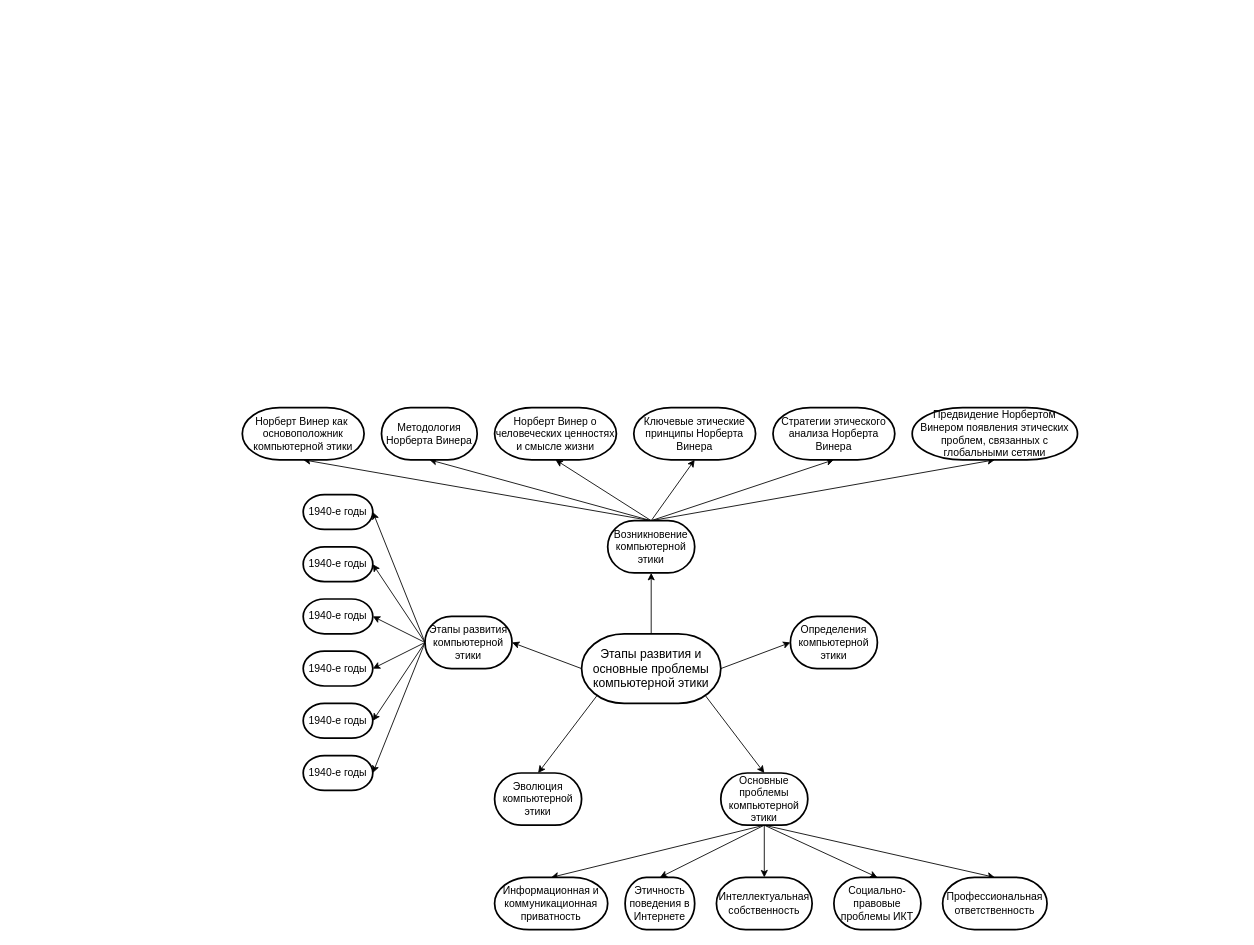
The draw.io diagram MIND-map.drawio in DMfananddu/DSM, before the edit. Source tidied: cells renumbered, new cells numbered last; positions are measured from the earlier drawing's top-left corner, leaving out a move shared by most shapes. Both pictures are drawn from the tidied source at 87%, with x=0, y=0 at pixel (242, 407).
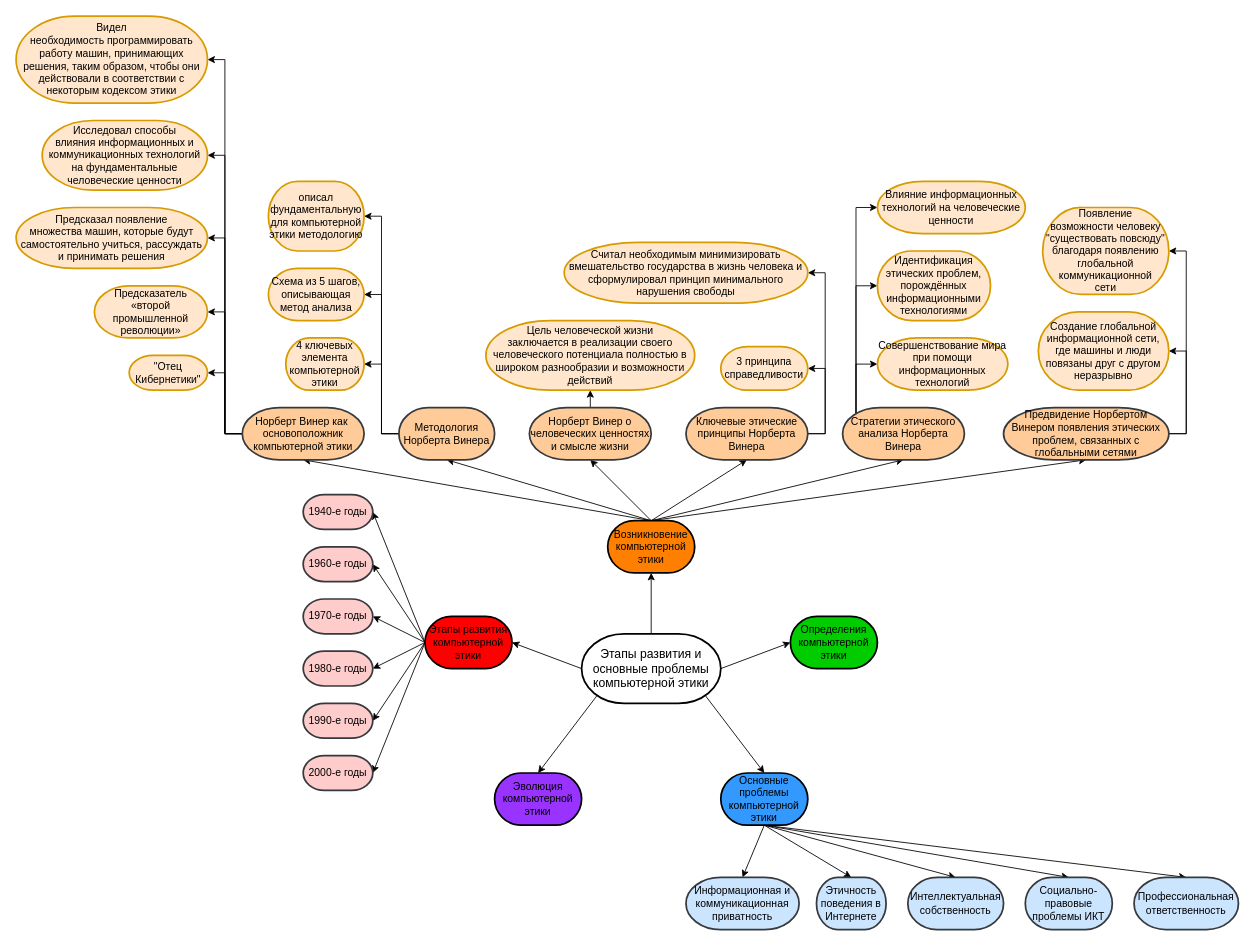
After the change.

The edit, as a diff of the source:
```diff
@@
-    <mxCell id="14" value="Возникновение компьютерной этики" style="strokeWidth=2;html=1;shape=mxgraph.flowchart.terminator;whiteSpace=wrap;" parent="1" vertex="1">
+    <mxCell id="14" value="Возникновение компьютерной этики" style="strokeWidth=2;html=1;shape=mxgraph.flowchart.terminator;whiteSpace=wrap;fillColor=#FF8000;" parent="1" vertex="1">
       <mxGeometry x="420" y="130" width="100" height="60" as="geometry" />
     </mxCell>
@@
-    <mxCell id="21" value="Этапы развития компьютерной этики" style="strokeWidth=2;html=1;shape=mxgraph.flowchart.terminator;whiteSpace=wrap;" parent="1" vertex="1">
+    <mxCell id="21" value="Этапы развития компьютерной этики" style="strokeWidth=2;html=1;shape=mxgraph.flowchart.terminator;whiteSpace=wrap;fillColor=#FF0000;" parent="1" vertex="1">
       <mxGeometry x="210" y="240" width="100" height="60" as="geometry" />
     </mxCell>
-    <mxCell id="22" value="Определения компьютерной этики" style="strokeWidth=2;html=1;shape=mxgraph.flowchart.terminator;whiteSpace=wrap;" parent="1" vertex="1">
+    <mxCell id="22" value="Определения компьютерной этики" style="strokeWidth=2;html=1;shape=mxgraph.flowchart.terminator;whiteSpace=wrap;fillColor=#00CC00;" parent="1" vertex="1">
       <mxGeometry x="630" y="240" width="100" height="60" as="geometry" />
     </mxCell>
-    <mxCell id="23" value="Эволюция компьютерной этики" style="strokeWidth=2;html=1;shape=mxgraph.flowchart.terminator;whiteSpace=wrap;" parent="1" vertex="1">
+    <mxCell id="23" value="Эволюция компьютерной этики" style="strokeWidth=2;html=1;shape=mxgraph.flowchart.terminator;whiteSpace=wrap;fillColor=#9933FF;" parent="1" vertex="1">
       <mxGeometry x="290" y="420" width="100" height="60" as="geometry" />
     </mxCell>
@@
-    <mxCell id="29" value="Основные проблемы компьютерной этики" style="strokeWidth=2;html=1;shape=mxgraph.flowchart.terminator;whiteSpace=wrap;" parent="1" vertex="1">
+    <mxCell id="29" value="Основные проблемы компьютерной этики" style="strokeWidth=2;html=1;shape=mxgraph.flowchart.terminator;whiteSpace=wrap;fillColor=#3399FF;" parent="1" vertex="1">
       <mxGeometry x="550" y="420" width="100" height="60" as="geometry" />
     </mxCell>
-    <mxCell id="30" value="1940-е годы" style="strokeWidth=2;html=1;shape=mxgraph.flowchart.terminator;whiteSpace=wrap;" parent="1" vertex="1">
+    <mxCell id="30" value="1960-е годы" style="strokeWidth=2;html=1;shape=mxgraph.flowchart.terminator;whiteSpace=wrap;fillColor=#ffcccc;strokeColor=#36393d;" parent="1" vertex="1">
       <mxGeometry x="70" y="160" width="80" height="40" as="geometry" />
     </mxCell>
-    <mxCell id="31" value="1940-е годы" style="strokeWidth=2;html=1;shape=mxgraph.flowchart.terminator;whiteSpace=wrap;" parent="1" vertex="1">
+    <mxCell id="31" value="2000-е годы" style="strokeWidth=2;html=1;shape=mxgraph.flowchart.terminator;whiteSpace=wrap;fillColor=#ffcccc;strokeColor=#36393d;" parent="1" vertex="1">
       <mxGeometry x="70" y="400" width="80" height="40" as="geometry" />
     </mxCell>
-    <mxCell id="32" value="1940-е годы" style="strokeWidth=2;html=1;shape=mxgraph.flowchart.terminator;whiteSpace=wrap;" parent="1" vertex="1">
+    <mxCell id="32" value="1970-е годы" style="strokeWidth=2;html=1;shape=mxgraph.flowchart.terminator;whiteSpace=wrap;fillColor=#ffcccc;strokeColor=#36393d;" parent="1" vertex="1">
       <mxGeometry x="70" y="220" width="80" height="40" as="geometry" />
     </mxCell>
-    <mxCell id="33" value="1940-е годы" style="strokeWidth=2;html=1;shape=mxgraph.flowchart.terminator;whiteSpace=wrap;" parent="1" vertex="1">
+    <mxCell id="33" value="1940-е годы" style="strokeWidth=2;html=1;shape=mxgraph.flowchart.terminator;whiteSpace=wrap;fillColor=#ffcccc;strokeColor=#36393d;" parent="1" vertex="1">
       <mxGeometry x="70" y="100" width="80" height="40" as="geometry" />
     </mxCell>
-    <mxCell id="34" value="1940-е годы" style="strokeWidth=2;html=1;shape=mxgraph.flowchart.terminator;whiteSpace=wrap;" parent="1" vertex="1">
+    <mxCell id="34" value="1980-е годы" style="strokeWidth=2;html=1;shape=mxgraph.flowchart.terminator;whiteSpace=wrap;fillColor=#ffcccc;strokeColor=#36393d;" parent="1" vertex="1">
       <mxGeometry x="70" y="280" width="80" height="40" as="geometry" />
     </mxCell>
-    <mxCell id="35" value="1940-е годы" style="strokeWidth=2;html=1;shape=mxgraph.flowchart.terminator;whiteSpace=wrap;" parent="1" vertex="1">
+    <mxCell id="35" value="1990-е годы" style="strokeWidth=2;html=1;shape=mxgraph.flowchart.terminator;whiteSpace=wrap;fillColor=#ffcccc;strokeColor=#36393d;" parent="1" vertex="1">
       <mxGeometry x="70" y="340" width="80" height="40" as="geometry" />
     </mxCell>
+    <mxCell id="47" style="edgeStyle=orthogonalEdgeStyle;rounded=0;jettySize=auto;html=1;exitX=0;exitY=0.5;exitDx=0;exitDy=0;exitPerimeter=0;entryX=1;entryY=0.5;entryDx=0;entryDy=0;entryPerimeter=0;" parent="1" edge="1" source="36" target="68">
+      <mxGeometry relative="1" as="geometry" />
+    </mxCell>
+    <mxCell id="48" style="edgeStyle=orthogonalEdgeStyle;rounded=0;jettySize=auto;html=1;exitX=0;exitY=0.5;exitDx=0;exitDy=0;exitPerimeter=0;entryX=1;entryY=0.5;entryDx=0;entryDy=0;entryPerimeter=0;" parent="1" edge="1" source="36" target="69">
+      <mxGeometry relative="1" as="geometry" />
+    </mxCell>
+    <mxCell id="49" style="edgeStyle=orthogonalEdgeStyle;rounded=0;jettySize=auto;html=1;exitX=0;exitY=0.5;exitDx=0;exitDy=0;exitPerimeter=0;entryX=1;entryY=0.5;entryDx=0;entryDy=0;entryPerimeter=0;" parent="1" edge="1" source="36" target="70">
+      <mxGeometry relative="1" as="geometry" />
+    </mxCell>
-    <mxCell id="36" value="Методология Норберта Винера" style="strokeWidth=2;html=1;shape=mxgraph.flowchart.terminator;whiteSpace=wrap;" parent="1" vertex="1">
-      <mxGeometry x="160" width="110" height="60" as="geometry" />
+    <mxCell id="36" value="Методология Норберта Винера" style="strokeWidth=2;html=1;shape=mxgraph.flowchart.terminator;whiteSpace=wrap;fillColor=#ffcc99;strokeColor=#36393d;" parent="1" vertex="1">
+      <mxGeometry x="180" width="110" height="60" as="geometry" />
     </mxCell>
+    <mxCell id="50" style="rounded=0;jettySize=auto;html=1;exitX=0.5;exitY=0;exitDx=0;exitDy=0;exitPerimeter=0;entryX=0.5;entryY=1;entryDx=0;entryDy=0;entryPerimeter=0;" parent="1" edge="1" source="37" target="71">
+      <mxGeometry relative="1" as="geometry" />
+    </mxCell>
-    <mxCell id="37" value="Норберт Винер о человеческих ценностях и смысле жизни" style="strokeWidth=2;html=1;shape=mxgraph.flowchart.terminator;whiteSpace=wrap;" parent="1" vertex="1">
-      <mxGeometry x="290" width="140" height="60" as="geometry" />
+    <mxCell id="37" value="Норберт Винер о человеческих ценностях и смысле жизни" style="strokeWidth=2;html=1;shape=mxgraph.flowchart.terminator;whiteSpace=wrap;fillColor=#ffcc99;strokeColor=#36393d;" parent="1" vertex="1">
+      <mxGeometry x="330" width="140" height="60" as="geometry" />
     </mxCell>
+    <mxCell id="51" style="edgeStyle=orthogonalEdgeStyle;rounded=0;jettySize=auto;html=1;exitX=1;exitY=0.5;exitDx=0;exitDy=0;exitPerimeter=0;entryX=1;entryY=0.5;entryDx=0;entryDy=0;entryPerimeter=0;" parent="1" edge="1" source="38" target="72">
+      <mxGeometry relative="1" as="geometry" />
+    </mxCell>
+    <mxCell id="52" style="edgeStyle=orthogonalEdgeStyle;rounded=0;jettySize=auto;html=1;exitX=1;exitY=0.5;exitDx=0;exitDy=0;exitPerimeter=0;entryX=1;entryY=0.5;entryDx=0;entryDy=0;entryPerimeter=0;" parent="1" edge="1" source="38" target="73">
+      <mxGeometry relative="1" as="geometry" />
+    </mxCell>
-    <mxCell id="38" value="Ключевые этические принципы Норберта Винера" style="strokeWidth=2;html=1;shape=mxgraph.flowchart.terminator;whiteSpace=wrap;" parent="1" vertex="1">
-      <mxGeometry x="450" width="140" height="60" as="geometry" />
+    <mxCell id="38" value="Ключевые этические принципы Норберта Винера" style="strokeWidth=2;html=1;shape=mxgraph.flowchart.terminator;whiteSpace=wrap;fillColor=#ffcc99;strokeColor=#36393d;" parent="1" vertex="1">
+      <mxGeometry x="510" width="140" height="60" as="geometry" />
     </mxCell>
+    <mxCell id="53" style="edgeStyle=orthogonalEdgeStyle;rounded=0;jettySize=auto;html=1;exitX=0.11;exitY=0.11;exitDx=0;exitDy=0;exitPerimeter=0;entryX=0;entryY=0.5;entryDx=0;entryDy=0;entryPerimeter=0;" parent="1" edge="1" source="39" target="74">
+      <mxGeometry relative="1" as="geometry" />
+    </mxCell>
+    <mxCell id="54" style="edgeStyle=orthogonalEdgeStyle;rounded=0;jettySize=auto;html=1;exitX=0.11;exitY=0.11;exitDx=0;exitDy=0;exitPerimeter=0;entryX=0;entryY=0.5;entryDx=0;entryDy=0;entryPerimeter=0;" parent="1" edge="1" source="39" target="75">
+      <mxGeometry relative="1" as="geometry" />
+    </mxCell>
+    <mxCell id="55" style="edgeStyle=orthogonalEdgeStyle;rounded=0;jettySize=auto;html=1;exitX=0.11;exitY=0.11;exitDx=0;exitDy=0;exitPerimeter=0;entryX=0;entryY=0.5;entryDx=0;entryDy=0;entryPerimeter=0;" parent="1" edge="1" source="39" target="76">
+      <mxGeometry relative="1" as="geometry" />
+    </mxCell>
-    <mxCell id="39" value="Стратегии этического анализа Норберта Винера" style="strokeWidth=2;html=1;shape=mxgraph.flowchart.terminator;whiteSpace=wrap;" parent="1" vertex="1">
-      <mxGeometry x="610" width="140" height="60" as="geometry" />
+    <mxCell id="39" value="Стратегии этического анализа Норберта Винера" style="strokeWidth=2;html=1;shape=mxgraph.flowchart.terminator;whiteSpace=wrap;fillColor=#ffcc99;strokeColor=#36393d;" parent="1" vertex="1">
+      <mxGeometry x="690" width="140" height="60" as="geometry" />
     </mxCell>
+    <mxCell id="56" style="edgeStyle=orthogonalEdgeStyle;rounded=0;jettySize=auto;html=1;exitX=1;exitY=0.5;exitDx=0;exitDy=0;exitPerimeter=0;entryX=1;entryY=0.5;entryDx=0;entryDy=0;entryPerimeter=0;" parent="1" edge="1" source="40" target="77">
+      <mxGeometry relative="1" as="geometry" />
+    </mxCell>
+    <mxCell id="57" style="edgeStyle=orthogonalEdgeStyle;rounded=0;jettySize=auto;html=1;exitX=1;exitY=0.5;exitDx=0;exitDy=0;exitPerimeter=0;entryX=1;entryY=0.5;entryDx=0;entryDy=0;entryPerimeter=0;" parent="1" edge="1" source="40" target="78">
+      <mxGeometry relative="1" as="geometry" />
+    </mxCell>
-    <mxCell id="40" value="Предвидение Норбертом Винером появления этических&lt;br&gt;проблем, связанных с глобальными сетями" style="strokeWidth=2;html=1;shape=mxgraph.flowchart.terminator;whiteSpace=wrap;" parent="1" vertex="1">
-      <mxGeometry x="770" width="190" height="60" as="geometry" />
+    <mxCell id="40" value="Предвидение Норбертом Винером появления этических&lt;br&gt;проблем, связанных с глобальными сетями" style="strokeWidth=2;html=1;shape=mxgraph.flowchart.terminator;whiteSpace=wrap;fillColor=#ffcc99;strokeColor=#36393d;" parent="1" vertex="1">
+      <mxGeometry x="875" width="190" height="60" as="geometry" />
     </mxCell>
+    <mxCell id="58" style="edgeStyle=orthogonalEdgeStyle;rounded=0;jettySize=auto;html=1;exitX=0;exitY=0.5;exitDx=0;exitDy=0;exitPerimeter=0;entryX=1;entryY=0.5;entryDx=0;entryDy=0;entryPerimeter=0;" parent="1" edge="1" source="41" target="64">
+      <mxGeometry relative="1" as="geometry" />
+    </mxCell>
+    <mxCell id="59" style="edgeStyle=orthogonalEdgeStyle;rounded=0;jettySize=auto;html=1;exitX=0;exitY=0.5;exitDx=0;exitDy=0;exitPerimeter=0;entryX=1;entryY=0.5;entryDx=0;entryDy=0;entryPerimeter=0;" parent="1" edge="1" source="41" target="63">
+      <mxGeometry relative="1" as="geometry" />
+    </mxCell>
+    <mxCell id="60" style="edgeStyle=orthogonalEdgeStyle;rounded=0;jettySize=auto;html=1;exitX=0;exitY=0.5;exitDx=0;exitDy=0;exitPerimeter=0;entryX=1;entryY=0.5;entryDx=0;entryDy=0;entryPerimeter=0;" parent="1" edge="1" source="41" target="67">
+      <mxGeometry relative="1" as="geometry" />
+    </mxCell>
+    <mxCell id="61" style="edgeStyle=orthogonalEdgeStyle;rounded=0;jettySize=auto;html=1;exitX=0;exitY=0.5;exitDx=0;exitDy=0;exitPerimeter=0;entryX=1;entryY=0.5;entryDx=0;entryDy=0;entryPerimeter=0;" parent="1" edge="1" source="41" target="65">
+      <mxGeometry relative="1" as="geometry" />
+    </mxCell>
+    <mxCell id="62" style="edgeStyle=orthogonalEdgeStyle;rounded=0;jettySize=auto;html=1;exitX=0;exitY=0.5;exitDx=0;exitDy=0;exitPerimeter=0;entryX=1;entryY=0.5;entryDx=0;entryDy=0;entryPerimeter=0;" parent="1" edge="1" source="41" target="66">
+      <mxGeometry relative="1" as="geometry" />
+    </mxCell>
-    <mxCell id="41" value="Норберт Винер как&amp;nbsp; основоположник компьютерной этики" style="strokeWidth=2;html=1;shape=mxgraph.flowchart.terminator;whiteSpace=wrap;" parent="1" vertex="1">
+    <mxCell id="41" value="Норберт Винер как&amp;nbsp; основоположник компьютерной этики" style="strokeWidth=2;html=1;shape=mxgraph.flowchart.terminator;whiteSpace=wrap;fillColor=#ffcc99;strokeColor=#36393d;" parent="1" vertex="1">
       <mxGeometry width="140" height="60" as="geometry" />
     </mxCell>
-    <mxCell id="42" value="Этичность поведения в Интернете" style="strokeWidth=2;html=1;shape=mxgraph.flowchart.terminator;whiteSpace=wrap;" parent="1" vertex="1">
-      <mxGeometry x="440" y="540" width="80" height="60" as="geometry" />
+    <mxCell id="42" value="Этичность поведения в Интернете" style="strokeWidth=2;html=1;shape=mxgraph.flowchart.terminator;whiteSpace=wrap;fillColor=#cce5ff;strokeColor=#36393d;" parent="1" vertex="1">
+      <mxGeometry x="660" y="540" width="80" height="60" as="geometry" />
     </mxCell>
-    <mxCell id="43" value="Профессиональная ответственность" style="strokeWidth=2;html=1;shape=mxgraph.flowchart.terminator;whiteSpace=wrap;" parent="1" vertex="1">
-      <mxGeometry x="805" y="540" width="120" height="60" as="geometry" />
+    <mxCell id="43" value="Профессиональная ответственность" style="strokeWidth=2;html=1;shape=mxgraph.flowchart.terminator;whiteSpace=wrap;fillColor=#cce5ff;strokeColor=#36393d;" parent="1" vertex="1">
+      <mxGeometry x="1025" y="540" width="120" height="60" as="geometry" />
     </mxCell>
-    <mxCell id="44" value="Информационная и коммуникационная приватность" style="strokeWidth=2;html=1;shape=mxgraph.flowchart.terminator;whiteSpace=wrap;" parent="1" vertex="1">
-      <mxGeometry x="290" y="540" width="130" height="60" as="geometry" />
+    <mxCell id="44" value="Информационная и коммуникационная приватность" style="strokeWidth=2;html=1;shape=mxgraph.flowchart.terminator;whiteSpace=wrap;fillColor=#cce5ff;strokeColor=#36393d;" parent="1" vertex="1">
+      <mxGeometry x="510" y="540" width="130" height="60" as="geometry" />
     </mxCell>
-    <mxCell id="45" value="Интеллектуальная собственность" style="strokeWidth=2;html=1;shape=mxgraph.flowchart.terminator;whiteSpace=wrap;" parent="1" vertex="1">
-      <mxGeometry x="545" y="540" width="110" height="60" as="geometry" />
+    <mxCell id="45" value="Интеллектуальная собственность" style="strokeWidth=2;html=1;shape=mxgraph.flowchart.terminator;whiteSpace=wrap;fillColor=#cce5ff;strokeColor=#36393d;" parent="1" vertex="1">
+      <mxGeometry x="765" y="540" width="110" height="60" as="geometry" />
     </mxCell>
-    <mxCell id="46" value="Социально-правовые проблемы ИКТ" style="strokeWidth=2;html=1;shape=mxgraph.flowchart.terminator;whiteSpace=wrap;" parent="1" vertex="1">
-      <mxGeometry x="680" y="540" width="100" height="60" as="geometry" />
+    <mxCell id="46" value="Социально-правовые проблемы ИКТ" style="strokeWidth=2;html=1;shape=mxgraph.flowchart.terminator;whiteSpace=wrap;fillColor=#cce5ff;strokeColor=#36393d;" parent="1" vertex="1">
+      <mxGeometry x="900" y="540" width="100" height="60" as="geometry" />
     </mxCell>
+    <mxCell id="63" value="Предсказатель «второй промышленной революции»" style="strokeWidth=2;html=1;shape=mxgraph.flowchart.terminator;whiteSpace=wrap;fillColor=#ffe6cc;strokeColor=#d79b00;" parent="1" vertex="1">
+      <mxGeometry x="-170" y="-140" width="130" height="60" as="geometry" />
+    </mxCell>
+    <mxCell id="64" value="&quot;Отец Кибернетики&quot;" style="strokeWidth=2;html=1;shape=mxgraph.flowchart.terminator;whiteSpace=wrap;fillColor=#ffe6cc;strokeColor=#d79b00;" parent="1" vertex="1">
+      <mxGeometry x="-130" y="-60" width="90" height="40" as="geometry" />
+    </mxCell>
+    <mxCell id="65" value="Исследовал способы&lt;br&gt;влияния информационных и коммуникационных технологий на фундаментальные человеческие ценности" style="strokeWidth=2;html=1;shape=mxgraph.flowchart.terminator;whiteSpace=wrap;fillColor=#ffe6cc;strokeColor=#d79b00;" parent="1" vertex="1">
+      <mxGeometry x="-230" y="-330" width="190" height="80" as="geometry" />
+    </mxCell>
+    <mxCell id="66" value="Видел необходимость&amp;nbsp;программировать работу машин, принимающих решения, таким образом, чтобы они действовали в соответствии с некоторым кодексом этики" style="strokeWidth=2;html=1;shape=mxgraph.flowchart.terminator;whiteSpace=wrap;fillColor=#ffe6cc;strokeColor=#d79b00;" parent="1" vertex="1">
+      <mxGeometry x="-260" y="-450" width="220" height="100" as="geometry" />
+    </mxCell>
+    <mxCell id="67" value="Предсказал появление&lt;br&gt;множества машин, которые будут самостоятельно учиться, рассуждать и принимать решения" style="strokeWidth=2;html=1;shape=mxgraph.flowchart.terminator;whiteSpace=wrap;fillColor=#ffe6cc;strokeColor=#d79b00;" parent="1" vertex="1">
+      <mxGeometry x="-260" y="-230" width="220" height="70" as="geometry" />
+    </mxCell>
+    <mxCell id="68" value="4 ключевых элемента компьютерной этики" style="strokeWidth=2;html=1;shape=mxgraph.flowchart.terminator;whiteSpace=wrap;fillColor=#ffe6cc;strokeColor=#d79b00;" parent="1" vertex="1">
+      <mxGeometry x="50" y="-80" width="90" height="60" as="geometry" />
+    </mxCell>
+    <mxCell id="69" value="Схема из 5 шагов, описывающая метод анализа" style="strokeWidth=2;html=1;shape=mxgraph.flowchart.terminator;whiteSpace=wrap;fillColor=#ffe6cc;strokeColor=#d79b00;" parent="1" vertex="1">
+      <mxGeometry x="30" y="-160" width="110" height="60" as="geometry" />
+    </mxCell>
+    <mxCell id="70" value="описал фундаментальную для компьютерной этики методологию" style="strokeWidth=2;html=1;shape=mxgraph.flowchart.terminator;whiteSpace=wrap;fillColor=#ffe6cc;strokeColor=#d79b00;" parent="1" vertex="1">
+      <mxGeometry x="30" y="-260" width="110" height="80" as="geometry" />
+    </mxCell>
+    <mxCell id="71" value="Цель человеческой жизни&lt;br&gt;заключается в реализации своего человеческого потенциала полностью в широком разнообразии и возможности действий" style="strokeWidth=2;html=1;shape=mxgraph.flowchart.terminator;whiteSpace=wrap;fillColor=#ffe6cc;strokeColor=#d79b00;" parent="1" vertex="1">
+      <mxGeometry x="280" y="-100" width="240" height="80" as="geometry" />
+    </mxCell>
+    <mxCell id="72" value="3 принципа справедливости" style="strokeWidth=2;html=1;shape=mxgraph.flowchart.terminator;whiteSpace=wrap;fillColor=#ffe6cc;strokeColor=#d79b00;" parent="1" vertex="1">
+      <mxGeometry x="550" y="-70" width="100" height="50" as="geometry" />
+    </mxCell>
+    <mxCell id="73" value="Считал необходимым минимизировать вмешательство государства в жизнь человека и сформулировал принцип минимального нарушения свободы" style="strokeWidth=2;html=1;shape=mxgraph.flowchart.terminator;whiteSpace=wrap;fillColor=#ffe6cc;strokeColor=#d79b00;" parent="1" vertex="1">
+      <mxGeometry x="370" y="-190" width="280" height="70" as="geometry" />
+    </mxCell>
+    <mxCell id="74" value="Совершенствование мира при помощи информационных технологий" style="strokeWidth=2;html=1;shape=mxgraph.flowchart.terminator;whiteSpace=wrap;fillColor=#ffe6cc;strokeColor=#d79b00;" parent="1" vertex="1">
+      <mxGeometry x="730" y="-80" width="150" height="60" as="geometry" />
+    </mxCell>
+    <mxCell id="75" value="Идентификация этических проблем, порождённых информационными технологиями" style="strokeWidth=2;html=1;shape=mxgraph.flowchart.terminator;whiteSpace=wrap;fillColor=#ffe6cc;strokeColor=#d79b00;" parent="1" vertex="1">
+      <mxGeometry x="730" y="-180" width="130" height="80" as="geometry" />
+    </mxCell>
+    <mxCell id="76" value="Влияние информационных технологий на человеческие ценности" style="strokeWidth=2;html=1;shape=mxgraph.flowchart.terminator;whiteSpace=wrap;fillColor=#ffe6cc;strokeColor=#d79b00;" parent="1" vertex="1">
+      <mxGeometry x="730" y="-260" width="170" height="60" as="geometry" />
+    </mxCell>
+    <mxCell id="77" value="Создание глобальной информационной сети, где машины и люди повязаны друг с другом неразрывно" style="strokeWidth=2;html=1;shape=mxgraph.flowchart.terminator;whiteSpace=wrap;fillColor=#ffe6cc;strokeColor=#d79b00;" parent="1" vertex="1">
+      <mxGeometry x="915" y="-110" width="150" height="90" as="geometry" />
+    </mxCell>
+    <mxCell id="78" value="Появление&lt;br&gt;возможности человеку &quot;существовать повсюду&quot; благодаря появлению глобальной коммуникационной&lt;br&gt;сети" style="strokeWidth=2;html=1;shape=mxgraph.flowchart.terminator;whiteSpace=wrap;fillColor=#ffe6cc;strokeColor=#d79b00;" parent="1" vertex="1">
+      <mxGeometry x="920" y="-230" width="145" height="100" as="geometry" />
+    </mxCell>
```
